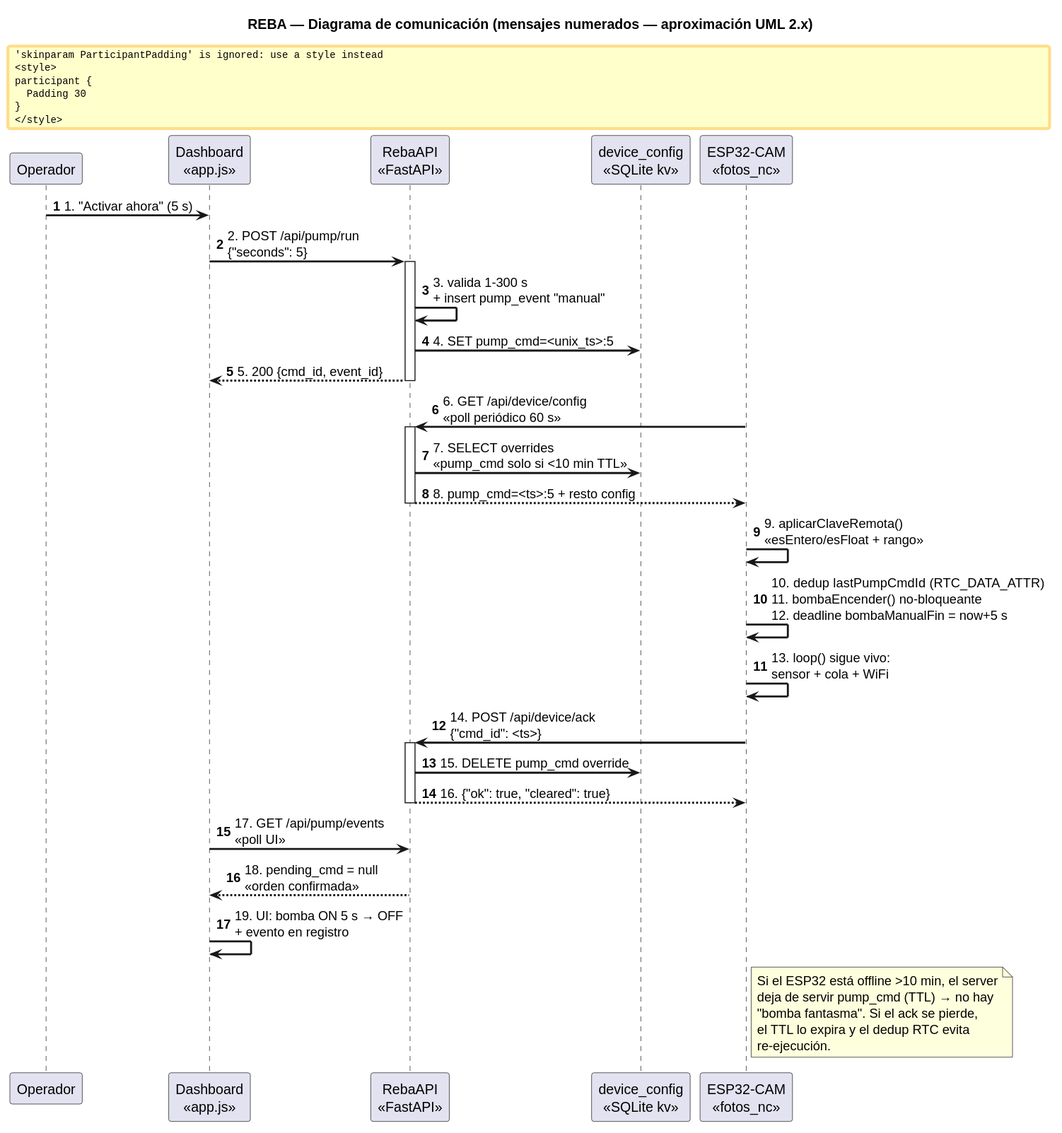
Above: docs/diagramas/uml/11_diagrama_comunicacion.svg in SebasHdez2006/reba_project (PlantUML), before the change.
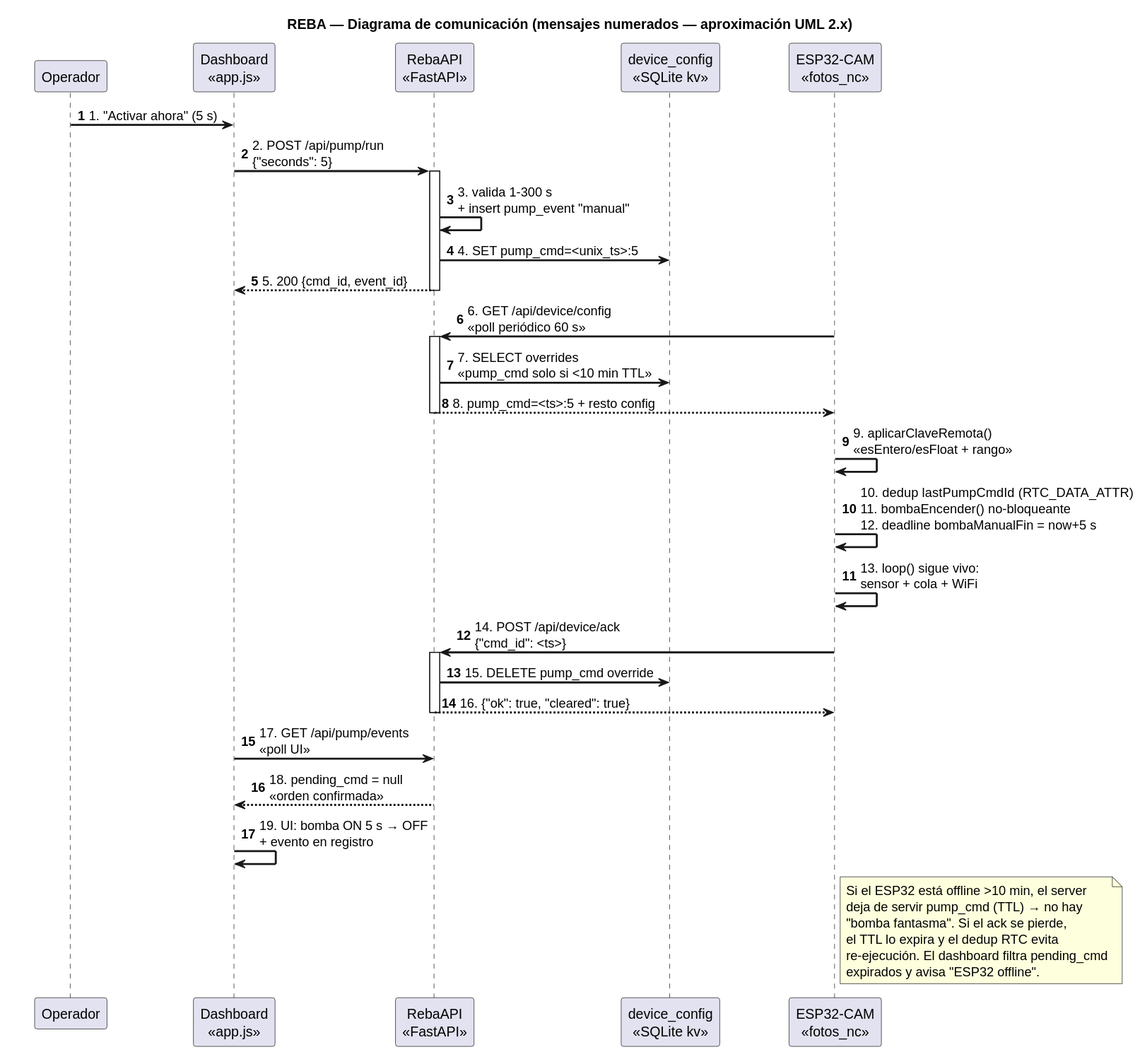
After the commit.

Diff of the diagram source:
```diff
@@ -45,6 +45,7 @@
   deja de servir pump_cmd (TTL) → no hay
   "bomba fantasma". Si el ack se pierde,
   el TTL lo expira y el dedup RTC evita
-  re-ejecución.
+  re-ejecución. El dashboard filtra pending_cmd
+  expirados y avisa "ESP32 offline".
 end note
 @enduml
```
